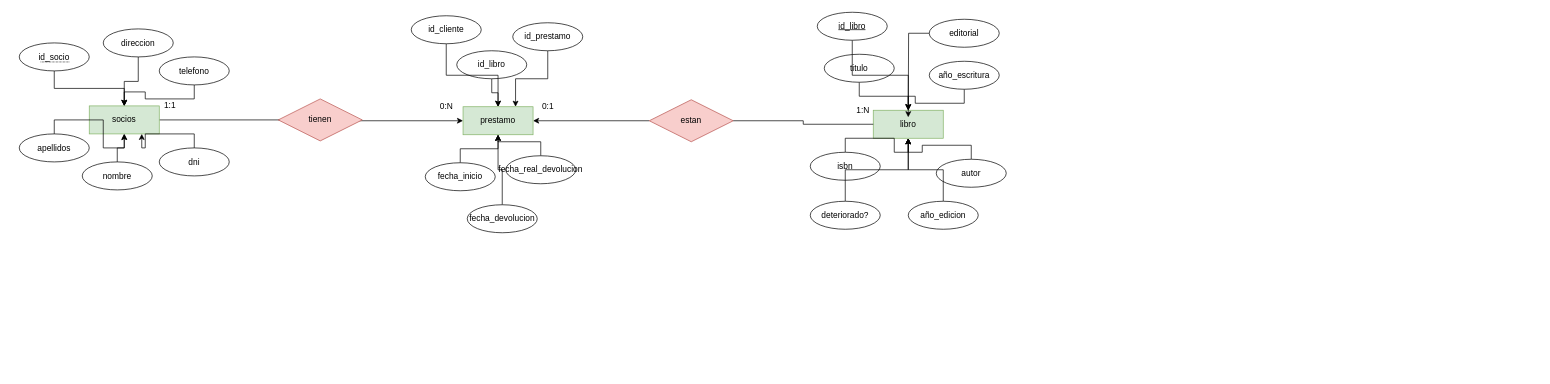
Earlier version of the draw.io diagram Reto 1.drawio (aramossanchez/Diagramas_ER). Source tidied: cells renumbered, new cells numbered last; positions are measured from the earlier drawing's top-left corner, leaving out a move shared by most shapes. Both pictures are drawn from the tidied source at 70%, with x=0, y=0 at pixel (19, 12).
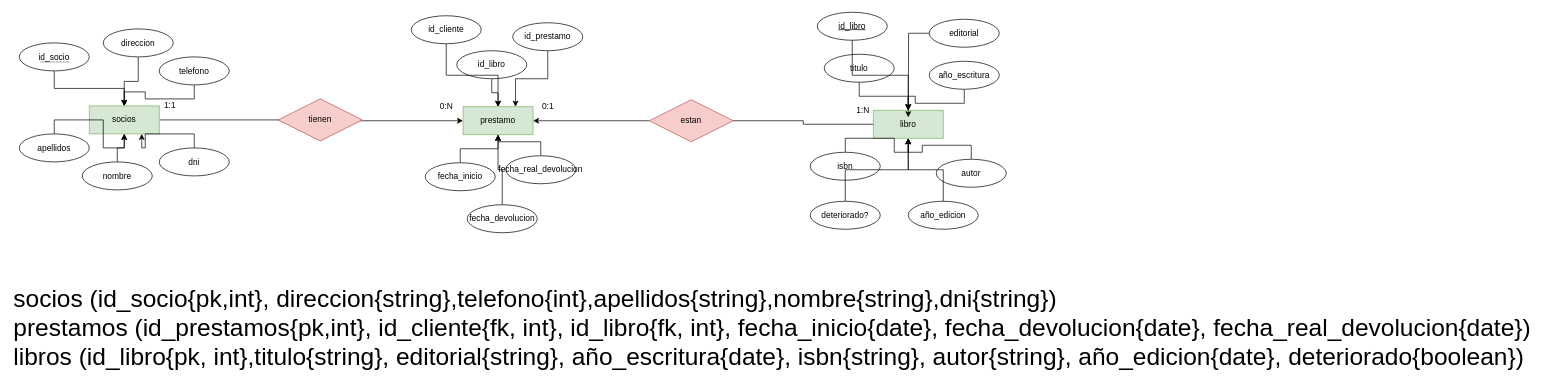
The same page after the edit.

Commit message (it also covers changes not shown here):
modelo de reto 1

Change to the diagram source:
```diff
@@
+    <mxCell id="55" value="&lt;font style=&quot;font-size: 35px&quot;&gt;socios (id_socio{pk,int}, direccion{string},telefono{int},apellidos{string},nombre{string},dni{string})&lt;br&gt;prestamos (id_prestamos{pk,int}, id_cliente{fk, int}, id_libro{fk, int}, fecha_inicio{date}, fecha_devolucion{date}, fecha_real_devolucion{date})&lt;br&gt;libros (id_libro{pk, int},titulo{string}, editorial{string}, año_escritura{date}, isbn{string}, autor{string}, año_edicion{date}, deteriorado{boolean})&lt;br&gt;&lt;/font&gt;" style="text;html=1;align=left;verticalAlign=middle;rounded=0;" parent="1" vertex="1">
+      <mxGeometry x="-10" y="415" width="2180" height="70" as="geometry" />
+    </mxCell>
```
